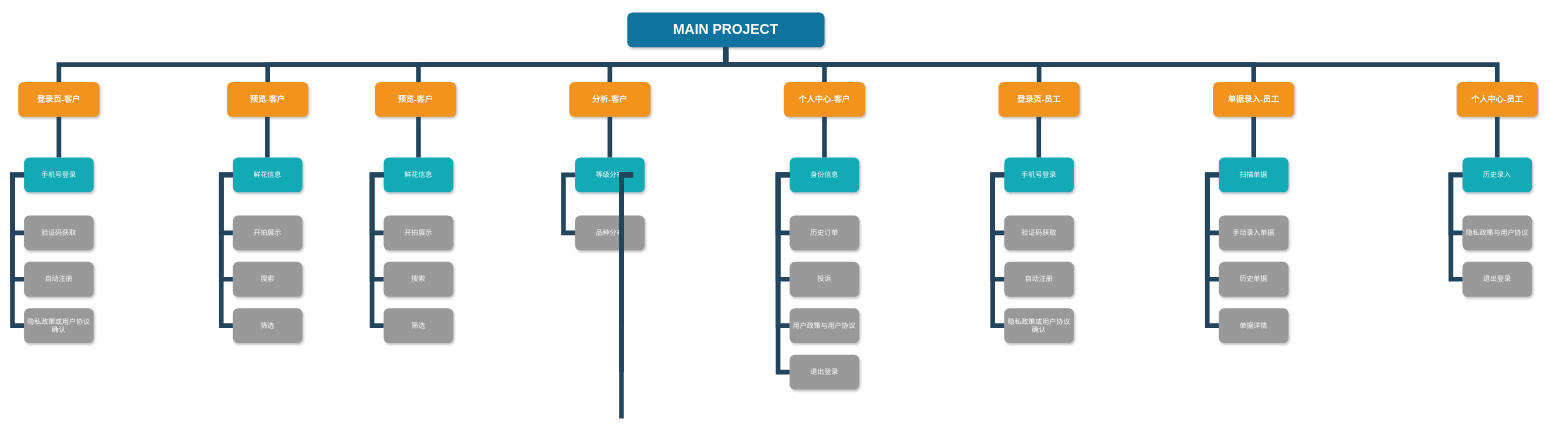
Earlier version of the draw.io diagram 移动端结构.drawio (yuxibiwin/draw). Source tidied: cells renumbered, new cells numbered last; positions are measured from the earlier drawing's top-left corner, leaving out a move shared by most shapes. Both pictures are drawn from the tidied source at 58%, with x=0, y=0 at pixel (12, 12).
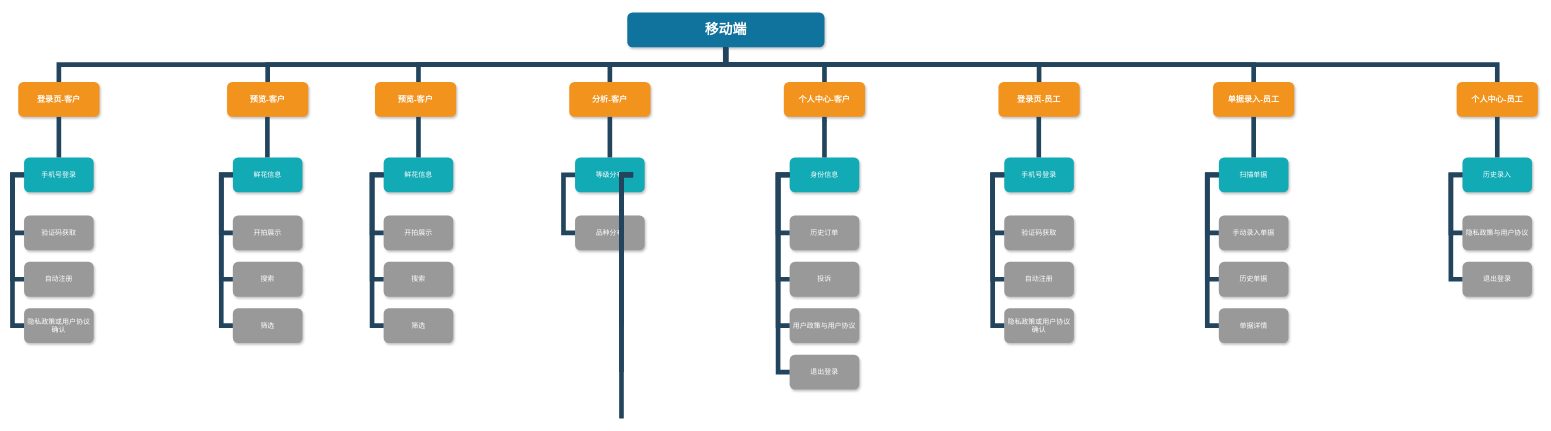
After the change.

Commit message (it also covers changes not shown here):
更新移动端结构.drawio

Change to the diagram source:
```diff
@@
-    <mxCell id="2" value="MAIN PROJECT" style="whiteSpace=wrap;rounded=1;shadow=1;fillColor=#10739E;strokeColor=none;fontColor=#FFFFFF;fontStyle=1;fontSize=24;" parent="1" vertex="1">
+    <mxCell id="2" value="移动端" style="whiteSpace=wrap;rounded=1;shadow=1;fillColor=#10739E;strokeColor=none;fontColor=#FFFFFF;fontStyle=1;fontSize=24;" parent="1" vertex="1">
       <mxGeometry x="1060" width="340" height="60" as="geometry" />
     </mxCell>
```
